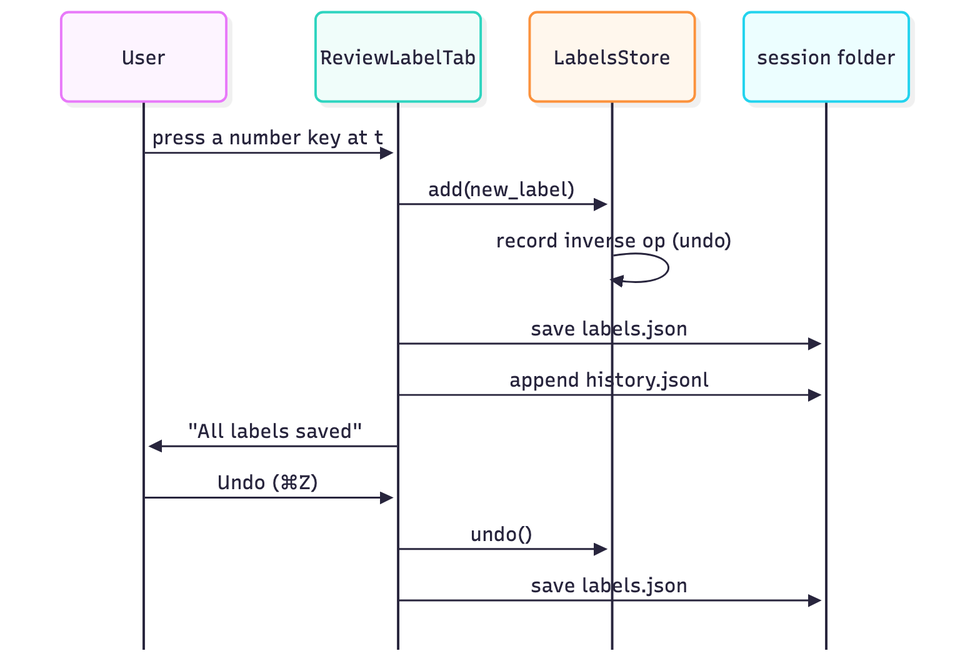
Before: docs/diagrams/flow-label-autosave.png, a diagram exported from Mermaid (mohammadabdullahkhurram/Brain-Battle-Phase-3). Its source is kept beside it as docs/diagrams/flow-label-autosave.mmd.
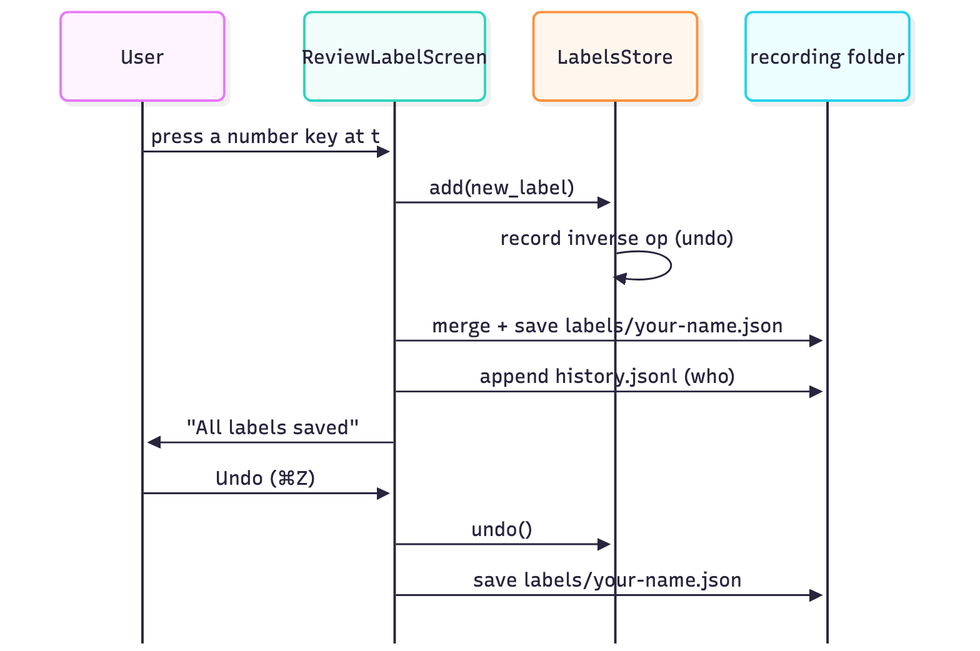
Later version of the same file.

Diff of the diagram source:
```diff
@@ -1,15 +1,15 @@
 %%{init: {'themeVariables': {'fontSize': '16px'}, 'sequence': {'actorMargin': 40, 'width': 135, 'boxMargin': 8, 'mirrorActors': false}}}%%
 sequenceDiagram
     participant U as User
-    participant RL as ReviewLabelTab
+    participant RL as ReviewLabelScreen
     participant LS as LabelsStore
-    participant D as session folder
+    participant D as recording folder
     U->>RL: press a number key at t
     RL->>LS: add(new_label)
     LS->>LS: record inverse op (undo)
-    RL->>D: save labels.json
-    RL->>D: append history.jsonl
+    RL->>D: merge + save labels/your-name.json
+    RL->>D: append history.jsonl (who)
     RL->>U: "All labels saved"
     U->>RL: Undo (⌘Z)
     RL->>LS: undo()
-    RL->>D: save labels.json
+    RL->>D: save labels/your-name.json
```
